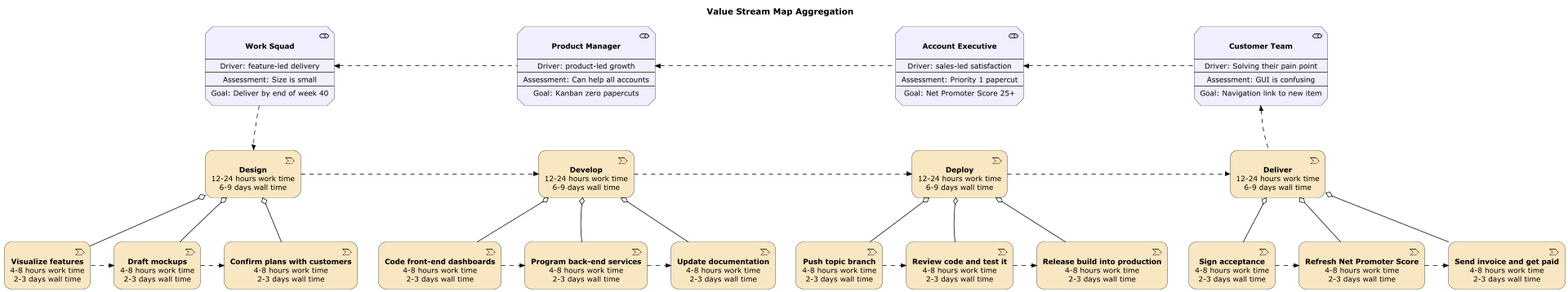
Earlier version of the PlantUML export doc/examples/value-stream-map-aggregation/value-stream-map-aggregation.plantuml.png (SixArm/archimate-examples). Its diagram source:
```plantuml
@startuml
scale 1920*1080
!include ../Archimate.puml

title Value Stream Map Aggregation

Strategy_ValueStream(design, "**Design**\n12-24 hours work time\n6-9 days wall time")
Strategy_ValueStream(visualize_features, "**Visualize features**\n4-8 hours work time\n2-3 days wall time")
Strategy_ValueStream(draft_mockups, "**Draft mockups**\n4-8 hours work time\n2-3 days wall time")
Strategy_ValueStream(confirm_plans, "**Confirm plans with customers**\n4-8 hours work time\n2-3 days wall time")
Rel_Aggregation_Down(design, visualize_features)
Rel_Aggregation_Down(design, draft_mockups)
Rel_Aggregation_Down(design, confirm_plans)
Rel_Flow_Right(visualize_features, draft_mockups)
Rel_Flow_Right(draft_mockups, confirm_plans)

Strategy_ValueStream(develop, "**Develop**\n12-24 hours work time\n6-9 days wall time")
Strategy_ValueStream(code_front_end, "**Code front-end dashboards**\n4-8 hours work time\n2-3 days wall time")
Strategy_ValueStream(program_back_end, "**Program back-end services**\n4-8 hours work time\n2-3 days wall time")
Strategy_ValueStream(update_documentation, "**Update documentation**\n4-8 hours work time\n2-3 days wall time")
Rel_Aggregation_Down(develop, code_front_end)
Rel_Aggregation_Down(develop, program_back_end)
Rel_Aggregation_Down(develop, update_documentation)
Rel_Flow_Right(code_front_end, program_back_end)
Rel_Flow_Right(program_back_end,update_documentation)

Strategy_ValueStream(deploy, "**Deploy**\n12-24 hours work time\n6-9 days wall time")
Strategy_ValueStream(push_topic, "**Push topic branch**\n4-8 hours work time\n2-3 days wall time")
Strategy_ValueStream(review_code, "**Review code and test it**\n4-8 hours work time\n2-3 days wall time")
Strategy_ValueStream(release_build, "**Release build into production**\n4-8 hours work time\n2-3 days wall time")
Rel_Aggregation_Down(deploy, push_topic)
Rel_Aggregation_Down(deploy, review_code)
Rel_Aggregation_Down(deploy, release_build)
Rel_Flow_Right(push_topic, review_code)
Rel_Flow_Right(review_code, release_build)

Strategy_ValueStream(deliver, "**Deliver**\n12-24 hours work time\n6-9 days wall time")
Strategy_ValueStream(sign_acceptance, "**Sign acceptance**\n4-8 hours work time\n2-3 days wall time")
Strategy_ValueStream(refresh_nps, "**Refresh Net Promoter Score**\n4-8 hours work time\n2-3 days wall time")
Strategy_ValueStream(send_invoice, "**Send invoice and get paid **\n4-8 hours work time\n2-3 days wall time")
Rel_Aggregation_Down(deliver, sign_acceptance)
Rel_Aggregation_Down(deliver, refresh_nps)
Rel_Aggregation_Down(deliver, send_invoice)
Rel_Flow_Right(sign_acceptance, refresh_nps)
Rel_Flow_Right(refresh_nps, send_invoice)

Rel_Flow_Right(design, develop)
Rel_Flow_Right(develop, deploy)
Rel_Flow_Right(deploy, deliver)

design -[hidden]d-> draft_mockups
develop -[hidden]d-> program_back_end
deploy -[hidden]d-> review_code
deliver -[hidden]d-> refresh_nps


Motivation_Stakeholder(customer_team, "**Customer Team**\n\n--\nDriver: Solving their pain point\n--\nAssessment: GUI is confusing\n--\nGoal: Navigation link to new item")
Motivation_Stakeholder(account_executive, "**Account Executive**\n\n--\nDriver: sales-led satisfaction\n--\nAssessment: Priority 1 papercut\n--\nGoal: Net Promoter Score 25+")
Motivation_Stakeholder(product_manager, "**Product Manager**\n\n--\nDriver: product-led growth\n--\nAssessment: Can help all accounts\n--\nGoal: Kanban zero papercuts")
Motivation_Stakeholder(work_squad, "**Work Squad**\n\n--\nDriver: feature-led delivery\n--\nAssessment: Size is small\n--\nGoal: Deliver by end of week 40")

Rel_Flow_Left(customer_team, account_executive)
Rel_Flow_Left(account_executive, product_manager)
Rel_Flow_Left(product_manager, work_squad)

Rel_Flow_Down(work_squad, design)
Rel_Flow_Up(deliver, customer_team)

work_squad -[hidden]d-> design
product_manager -[hidden]d-> develop
account_executive -[hidden]d-> deploy
customer_team -[hidden]d-> deliver

@enduml
```
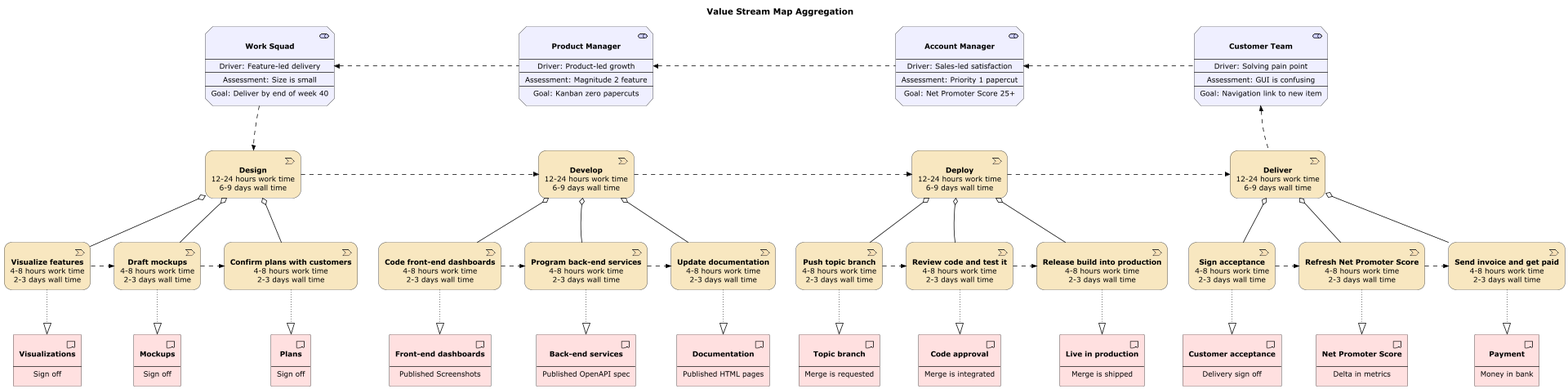
After the commit.

What changed in the source:
```diff
@@ -1,6 +1,6 @@
 @startuml
 scale 1920*1080
-!include ../Archimate.puml
+!include ../../../Archimate.puml
 
 title Value Stream Map Aggregation
 
@@ -54,13 +54,13 @@
 deliver -[hidden]d-> refresh_nps
 
 
-Motivation_Stakeholder(customer_team, "**Customer Team**\n\n--\nDriver: Solving their pain point\n--\nAssessment: GUI is confusing\n--\nGoal: Navigation link to new item")
-Motivation_Stakeholder(account_executive, "**Account Executive**\n\n--\nDriver: sales-led satisfaction\n--\nAssessment: Priority 1 papercut\n--\nGoal: Net Promoter Score 25+")
-Motivation_Stakeholder(product_manager, "**Product Manager**\n\n--\nDriver: product-led growth\n--\nAssessment: Can help all accounts\n--\nGoal: Kanban zero papercuts")
-Motivation_Stakeholder(work_squad, "**Work Squad**\n\n--\nDriver: feature-led delivery\n--\nAssessment: Size is small\n--\nGoal: Deliver by end of week 40")
+Motivation_Stakeholder(customer_team, "**Customer Team**\n\n--\nDriver: Solving pain point\n--\nAssessment: GUI is confusing\n--\nGoal: Navigation link to new item")
+Motivation_Stakeholder(account_manager, "**Account Manager**\n\n--\nDriver: Sales-led satisfaction\n--\nAssessment: Priority 1 papercut\n--\nGoal: Net Promoter Score 25+")
+Motivation_Stakeholder(product_manager, "**Product Manager**\n\n--\nDriver: Product-led growth\n--\nAssessment: Magnitude 2 feature\n--\nGoal: Kanban zero papercuts")
+Motivation_Stakeholder(work_squad, "**Work Squad**\n\n--\nDriver: Feature-led delivery\n--\nAssessment: Size is small\n--\nGoal: Deliver by end of week 40")
 
-Rel_Flow_Left(customer_team, account_executive)
-Rel_Flow_Left(account_executive, product_manager)
+Rel_Flow_Left(customer_team, account_manager)
+Rel_Flow_Left(account_manager, product_manager)
 Rel_Flow_Left(product_manager, work_squad)
 
 Rel_Flow_Down(work_squad, design)
@@ -68,7 +68,44 @@
 
 work_squad -[hidden]d-> design
 product_manager -[hidden]d-> develop
-account_executive -[hidden]d-> deploy
+account_manager -[hidden]d-> deploy
 customer_team -[hidden]d-> deliver
 
+
+Implementation_Deliverable(visualizations, "**Visualizations**\n\n--\nSign off")
+Rel_Realization_Down(visualize_features, visualizations)
+
+Implementation_Deliverable(mockups, "**Mockups**\n\n--\nSign off")
+Rel_Realization_Down(draft_mockups, mockups)
+
+Implementation_Deliverable(plans, "**Plans**\n\n--\nSign off")
+Rel_Realization_Down(confirm_plans, plans)
+
+Implementation_Deliverable(front_end, "**Front-end dashboards**\n\n--\nPublished Screenshots")
+Rel_Realization_Down(code_front_end, front_end)
+
+Implementation_Deliverable(back_end, "**Back-end services**\n\n--\nPublished OpenAPI spec")
+Rel_Realization_Down(program_back_end, back_end)
+
+Implementation_Deliverable(documentation, "**Documentation**\n\n--\nPublished HTML pages")
+Rel_Realization_Down(update_documentation, documentation)
+
+Implementation_Deliverable(topic_branch, "**Topic branch**\n\n--\nMerge is requested")
+Rel_Realization_Down(push_topic, topic_branch)
+
+Implementation_Deliverable(code_approval, "**Code approval**\n\n--\nMerge is integrated")
+Rel_Realization_Down(review_code, code_approval)
+
+Implementation_Deliverable(live_in_production, "**Live in production**\n\n--\nMerge is shipped")
+Rel_Realization_Down(release_build, live_in_production)
+
+Implementation_Deliverable(customer_acceptance, "**Customer acceptance**\n\n--\nDelivery sign off")
+Rel_Realization_Down(sign_acceptance, customer_acceptance)
+
+Implementation_Deliverable(nps, "**Net Promoter Score**\n\n--\nDelta in metrics")
+Rel_Realization_Down(refresh_nps, nps)
+
+Implementation_Deliverable(payment, "**Payment**\n\n--\nMoney in bank")
+Rel_Realization_Down(send_invoice, payment)
+
 @enduml
```
